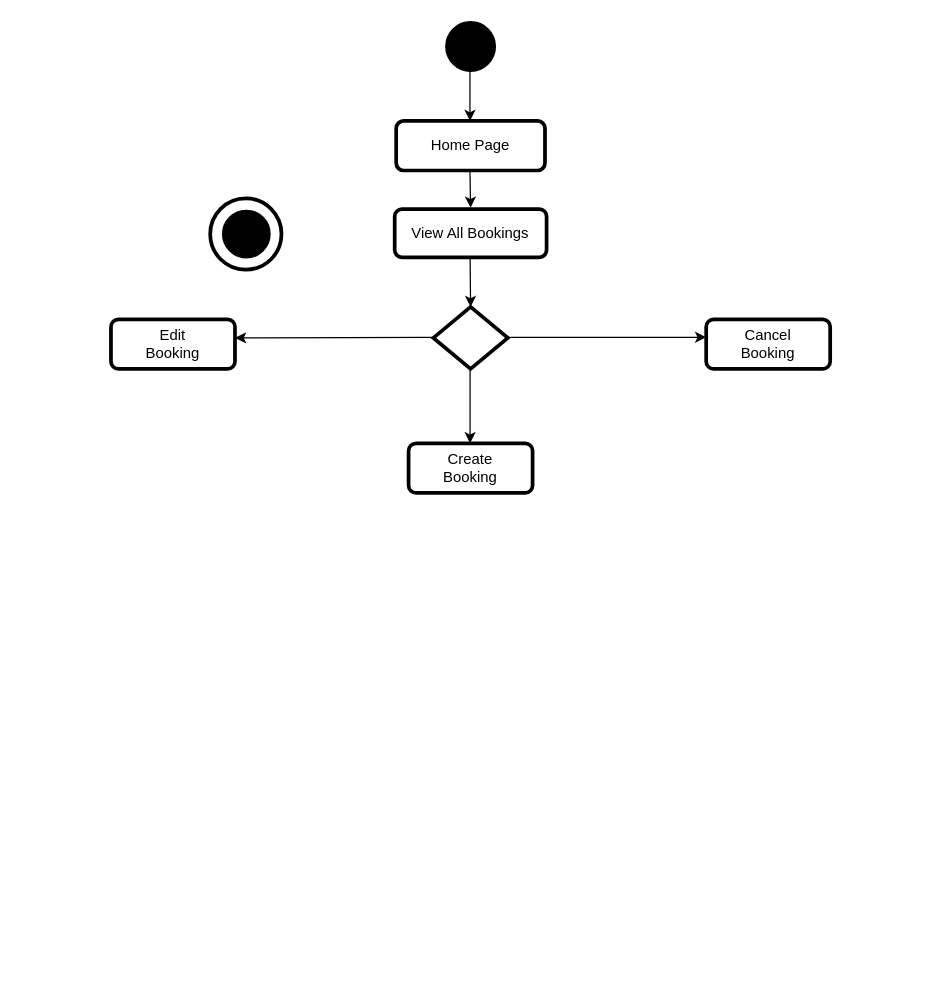
Above: activity_diagram.drawio in sagesaintsalem/ccfirstproject (draw.io), before the change. Source tidied: cells renumbered, new cells numbered last; positions are measured from the earlier drawing's top-left corner, leaving out a move shared by most shapes. Both pictures are drawn from the tidied source at 124%, with x=0, y=0 at pixel (110, 21).
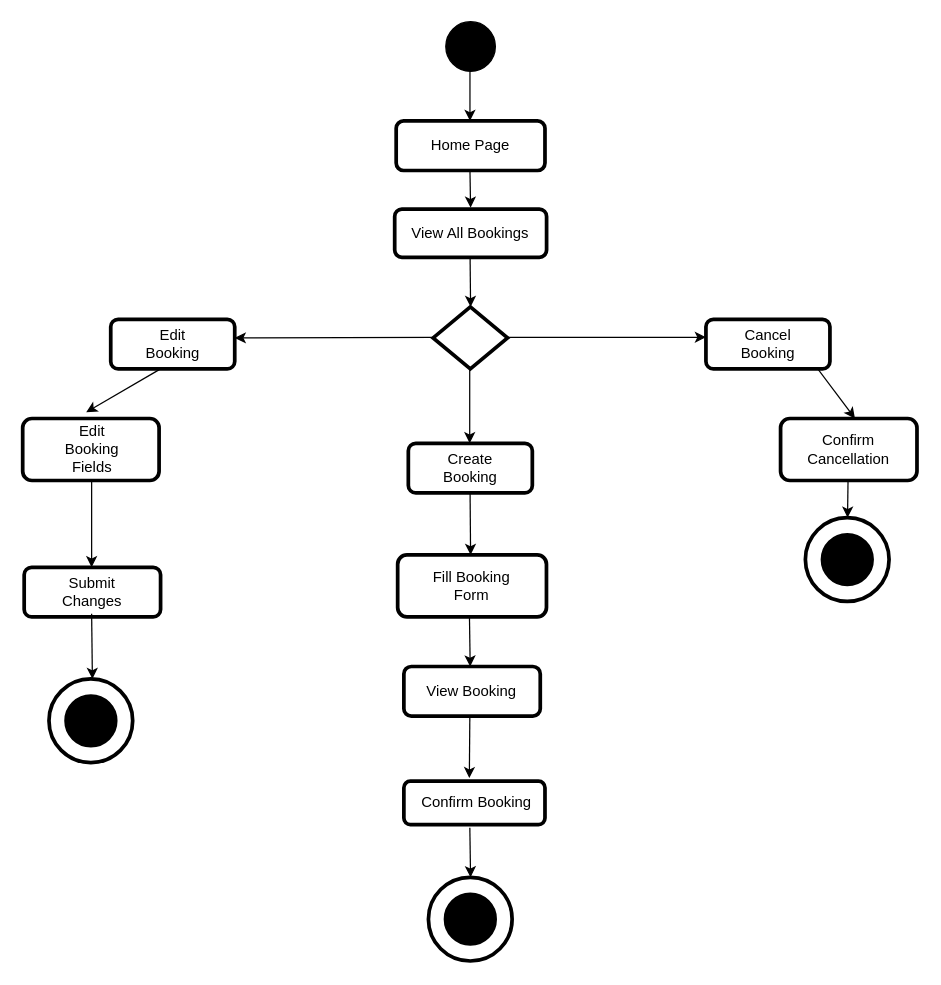
The same page after the edit.

What changed in the source:
```diff
@@
-    <mxCell id="3" style="group;" parent="1" vertex="1">
-      <mxGeometry x="80" y="142.5" width="60" height="57.5" as="geometry" />
-    </mxCell>
-    <mxCell id="4" style="ellipse;whiteSpace=wrap;html=1;fillColor=#000000;" parent="3" vertex="1">
-      <mxGeometry x="10" y="9.6" width="38.3" height="38.3" as="geometry" />
-    </mxCell>
-    <mxCell id="5" style="ellipse;whiteSpace=wrap;html=1;fillColor=none;strokeWidth=3;" parent="3" vertex="1">
-      <mxGeometry width="57.5" height="57.5" as="geometry" />
-    </mxCell>
@@
-    <mxCell id="10" style="group;" parent="1" vertex="1">
-      <mxGeometry y="230" width="580" height="150" as="geometry" />
-    </mxCell>
+    <mxCell id="21" style="rounded=1;whiteSpace=wrap;html=1;strokeWidth=3;fillColor=none;" parent="1" vertex="1">
+      <mxGeometry x="228.8" y="151.2" width="122.5" height="38.8" as="geometry" />
+    </mxCell>
+    <mxCell id="22" value="View All Bookings" style="text;html=1;strokeColor=none;fillColor=none;align=center;verticalAlign=middle;whiteSpace=wrap;rounded=0;strokeWidth=3;" parent="1" vertex="1">
+      <mxGeometry x="240" y="156.2" width="100" height="30" as="geometry" />
+    </mxCell>
+    <mxCell id="23" style="endArrow=classic;html=1;rounded=0;" parent="1" edge="1">
+      <mxGeometry relative="1" as="geometry">
+        <mxPoint x="289.6" y="190" as="sourcePoint" />
+        <mxPoint x="290" y="230" as="targetPoint" />
+      </mxGeometry>
+    </mxCell>
+    <mxCell id="24" style="rounded=1;whiteSpace=wrap;html=1;strokeWidth=3;fillColor=none;" parent="1" vertex="1">
+      <mxGeometry x="-71.2" y="320" width="110" height="50" as="geometry" />
+    </mxCell>
+    <mxCell id="25" style="rounded=1;whiteSpace=wrap;html=1;strokeWidth=3;fillColor=none;" parent="1" vertex="1">
+      <mxGeometry x="540" y="320" width="110" height="50" as="geometry" />
+    </mxCell>
+    <mxCell id="26" style="rounded=1;whiteSpace=wrap;html=1;strokeWidth=3;fillColor=none;" parent="1" vertex="1">
+      <mxGeometry x="231.2" y="430" width="120" height="50" as="geometry" />
+    </mxCell>
+    <mxCell id="27" value="Edit Booking Fields" style="text;html=1;strokeColor=none;fillColor=none;align=center;verticalAlign=middle;whiteSpace=wrap;rounded=0;strokeWidth=3;" parent="1" vertex="1">
+      <mxGeometry x="-45" y="320" width="60" height="50" as="geometry" />
+    </mxCell>
+    <mxCell id="28" value="Confirm Cancellation" style="text;html=1;strokeColor=none;fillColor=none;align=center;verticalAlign=middle;whiteSpace=wrap;rounded=0;strokeWidth=3;" parent="1" vertex="1">
+      <mxGeometry x="560" y="320" width="70" height="50" as="geometry" />
+    </mxCell>
+    <mxCell id="29" value="Fill Booking Form" style="text;html=1;strokeColor=none;fillColor=none;align=center;verticalAlign=middle;whiteSpace=wrap;rounded=0;strokeWidth=3;" parent="1" vertex="1">
+      <mxGeometry x="251.2" y="432.5" width="80" height="45" as="geometry" />
+    </mxCell>
+    <mxCell id="30" style="rounded=1;whiteSpace=wrap;html=1;strokeWidth=3;fillColor=none;" parent="1" vertex="1">
+      <mxGeometry x="-70" y="440" width="110" height="40" as="geometry" />
+    </mxCell>
+    <mxCell id="31" style="rounded=1;whiteSpace=wrap;html=1;strokeWidth=3;fillColor=none;" parent="1" vertex="1">
+      <mxGeometry x="236.2" y="520" width="110" height="40" as="geometry" />
+    </mxCell>
+    <mxCell id="32" style="group;" parent="1" vertex="1">
+      <mxGeometry x="560" y="400" width="67.5" height="67.5" as="geometry" />
+    </mxCell>
+    <mxCell id="33" style="ellipse;whiteSpace=wrap;html=1;strokeWidth=3;fillColor=#000000;" parent="32" vertex="1">
+      <mxGeometry x="13.8" y="13.8" width="40" height="40" as="geometry" />
+    </mxCell>
+    <mxCell id="34" style="ellipse;whiteSpace=wrap;html=1;strokeWidth=3;fillColor=none;" parent="32" vertex="1">
+      <mxGeometry width="67.5" height="67.5" as="geometry" />
+    </mxCell>
+    <mxCell id="35" style="group;" parent="1" vertex="1">
+      <mxGeometry x="-50" y="530" width="67.5" height="67.5" as="geometry" />
+    </mxCell>
+    <mxCell id="36" style="ellipse;whiteSpace=wrap;html=1;strokeWidth=3;fillColor=#000000;" parent="35" vertex="1">
+      <mxGeometry x="13.8" y="13.8" width="40" height="40" as="geometry" />
+    </mxCell>
+    <mxCell id="37" style="ellipse;whiteSpace=wrap;html=1;strokeWidth=3;fillColor=none;" parent="35" vertex="1">
+      <mxGeometry width="67.5" height="67.5" as="geometry" />
+    </mxCell>
+    <mxCell id="38" style="group;" parent="1" vertex="1">
+      <mxGeometry x="256" y="690" width="67.5" height="67.5" as="geometry" />
+    </mxCell>
+    <mxCell id="39" style="ellipse;whiteSpace=wrap;html=1;strokeWidth=3;fillColor=#000000;" parent="38" vertex="1">
+      <mxGeometry x="13.8" y="13.8" width="40" height="40" as="geometry" />
+    </mxCell>
+    <mxCell id="40" style="ellipse;whiteSpace=wrap;html=1;strokeWidth=3;fillColor=none;" parent="38" vertex="1">
+      <mxGeometry width="67.5" height="67.5" as="geometry" />
+    </mxCell>
+    <mxCell id="41" style="endArrow=classic;html=1;rounded=0;" parent="38" edge="1">
+      <mxGeometry relative="1" as="geometry">
+        <mxPoint x="33.4" y="-40" as="sourcePoint" />
+        <mxPoint x="34" as="targetPoint" />
+      </mxGeometry>
+    </mxCell>
+    <mxCell id="42" value="Submit Changes" style="text;html=1;strokeColor=none;fillColor=none;align=center;verticalAlign=middle;whiteSpace=wrap;rounded=0;strokeWidth=3;" parent="1" vertex="1">
+      <mxGeometry x="-50" y="445" width="70" height="30" as="geometry" />
+    </mxCell>
+    <mxCell id="43" value="View Booking" style="text;html=1;strokeColor=none;fillColor=none;align=center;verticalAlign=middle;whiteSpace=wrap;rounded=0;strokeWidth=3;" parent="1" vertex="1">
+      <mxGeometry x="241.2" y="525" width="100" height="30" as="geometry" />
+    </mxCell>
+    <mxCell id="44" value="Confirm Booking" style="text;html=1;strokeColor=none;fillColor=none;align=center;verticalAlign=middle;whiteSpace=wrap;rounded=0;strokeWidth=3;" parent="1" vertex="1">
+      <mxGeometry x="245" y="615" width="100" height="30" as="geometry" />
+    </mxCell>
+    <mxCell id="45" style="rounded=1;whiteSpace=wrap;html=1;strokeWidth=3;fillColor=none;" parent="1" vertex="1">
+      <mxGeometry x="236.2" y="612.5" width="113.8" height="35" as="geometry" />
+    </mxCell>
+    <mxCell id="46" style="endArrow=classic;html=1;rounded=0;" parent="1" edge="1">
+      <mxGeometry relative="1" as="geometry">
+        <mxPoint x="-15.6" y="370" as="sourcePoint" />
+        <mxPoint x="-15.6" y="440" as="targetPoint" />
+      </mxGeometry>
+    </mxCell>
+    <mxCell id="47" style="endArrow=classic;html=1;rounded=0;" parent="1" edge="1">
+      <mxGeometry relative="1" as="geometry">
+        <mxPoint x="289.6" y="380" as="sourcePoint" />
+        <mxPoint x="290" y="430" as="targetPoint" />
+      </mxGeometry>
+    </mxCell>
+    <mxCell id="48" style="endArrow=classic;html=1;rounded=0;" parent="1" edge="1">
+      <mxGeometry relative="1" as="geometry">
+        <mxPoint x="570" y="280" as="sourcePoint" />
+        <mxPoint x="600" y="320" as="targetPoint" />
+      </mxGeometry>
+    </mxCell>
+    <mxCell id="49" style="endArrow=classic;html=1;rounded=0;" parent="1" edge="1">
+      <mxGeometry relative="1" as="geometry">
+        <mxPoint x="594.4" y="370" as="sourcePoint" />
+        <mxPoint x="594" y="400" as="targetPoint" />
+      </mxGeometry>
+    </mxCell>
+    <mxCell id="50" style="endArrow=classic;html=1;rounded=0;" parent="1" edge="1">
+      <mxGeometry relative="1" as="geometry">
+        <mxPoint x="289.1" y="480" as="sourcePoint" />
+        <mxPoint x="289.7" y="520" as="targetPoint" />
+      </mxGeometry>
+    </mxCell>
+    <mxCell id="51" style="endArrow=classic;html=1;rounded=0;" parent="1" edge="1">
+      <mxGeometry relative="1" as="geometry">
+        <mxPoint x="289.4" y="560" as="sourcePoint" />
+        <mxPoint x="289" y="610" as="targetPoint" />
+      </mxGeometry>
+    </mxCell>
-    <mxCell id="11" style="rhombus;whiteSpace=wrap;html=1;strokeWidth=3;fillColor=none;" parent="10" vertex="1">
-      <mxGeometry x="260" width="60" height="50" as="geometry" />
+    <mxCell id="11" style="rhombus;whiteSpace=wrap;html=1;strokeWidth=3;fillColor=none;" parent="1" vertex="1">
+      <mxGeometry x="259.8" y="230" width="60" height="50" as="geometry" />
     </mxCell>
-    <mxCell id="12" style="endArrow=classic;html=1;rounded=0;" parent="10" edge="1">
+    <mxCell id="12" style="endArrow=classic;html=1;rounded=0;" parent="1" edge="1">
       <mxGeometry relative="1" as="geometry">
-        <mxPoint x="260" y="24.5" as="sourcePoint" />
-        <mxPoint x="100" y="25" as="targetPoint" />
+        <mxPoint x="259.8" y="254.5" as="sourcePoint" />
+        <mxPoint x="99.8" y="255" as="targetPoint" />
       </mxGeometry>
     </mxCell>
-    <mxCell id="13" style="endArrow=classic;html=1;rounded=0;" parent="10" edge="1">
+    <mxCell id="13" style="endArrow=classic;html=1;rounded=0;" parent="1" edge="1">
       <mxGeometry relative="1" as="geometry">
-        <mxPoint x="320" y="24.5" as="sourcePoint" />
-        <mxPoint x="480" y="24.5" as="targetPoint" />
+        <mxPoint x="319.8" y="254.5" as="sourcePoint" />
+        <mxPoint x="479.8" y="254.5" as="targetPoint" />
       </mxGeometry>
     </mxCell>
-    <mxCell id="14" style="rounded=1;whiteSpace=wrap;html=1;strokeWidth=3;fillColor=none;" parent="10" vertex="1">
-      <mxGeometry y="10" width="100" height="40" as="geometry" />
+    <mxCell id="14" style="rounded=1;whiteSpace=wrap;html=1;strokeWidth=3;fillColor=none;" parent="1" vertex="1">
+      <mxGeometry x="-0.2" y="240" width="100" height="40" as="geometry" />
     </mxCell>
-    <mxCell id="15" value="Edit Booking" style="text;html=1;strokeColor=none;fillColor=none;align=center;verticalAlign=middle;whiteSpace=wrap;rounded=0;strokeWidth=3;" parent="10" vertex="1">
-      <mxGeometry x="20" y="15" width="60" height="30" as="geometry" />
+    <mxCell id="15" value="Edit Booking" style="text;html=1;strokeColor=none;fillColor=none;align=center;verticalAlign=middle;whiteSpace=wrap;rounded=0;strokeWidth=3;" parent="1" vertex="1">
+      <mxGeometry x="19.8" y="245" width="60" height="30" as="geometry" />
     </mxCell>
-    <mxCell id="16" style="rounded=1;whiteSpace=wrap;html=1;strokeWidth=3;fillColor=none;" parent="10" vertex="1">
-      <mxGeometry x="480" y="10" width="100" height="40" as="geometry" />
+    <mxCell id="16" style="rounded=1;whiteSpace=wrap;html=1;strokeWidth=3;fillColor=none;" parent="1" vertex="1">
+      <mxGeometry x="479.8" y="240" width="100" height="40" as="geometry" />
     </mxCell>
-    <mxCell id="17" style="rounded=1;whiteSpace=wrap;html=1;strokeWidth=3;fillColor=none;" parent="10" vertex="1">
-      <mxGeometry x="240" y="110" width="100" height="40" as="geometry" />
+    <mxCell id="17" style="rounded=1;whiteSpace=wrap;html=1;strokeWidth=3;fillColor=none;" parent="1" vertex="1">
+      <mxGeometry x="239.8" y="340" width="100" height="40" as="geometry" />
     </mxCell>
-    <mxCell id="18" value="Create Booking" style="text;html=1;strokeColor=none;fillColor=none;align=center;verticalAlign=middle;whiteSpace=wrap;rounded=0;strokeWidth=3;" parent="10" vertex="1">
-      <mxGeometry x="260" y="115" width="60" height="30" as="geometry" />
+    <mxCell id="18" value="Create Booking" style="text;html=1;strokeColor=none;fillColor=none;align=center;verticalAlign=middle;whiteSpace=wrap;rounded=0;strokeWidth=3;" parent="1" vertex="1">
+      <mxGeometry x="259.8" y="345" width="60" height="30" as="geometry" />
     </mxCell>
-    <mxCell id="19" value="Cancel Booking" style="text;html=1;strokeColor=none;fillColor=none;align=center;verticalAlign=middle;whiteSpace=wrap;rounded=0;strokeWidth=3;" parent="10" vertex="1">
-      <mxGeometry x="505" y="20" width="50" height="20" as="geometry" />
+    <mxCell id="19" value="Cancel Booking" style="text;html=1;strokeColor=none;fillColor=none;align=center;verticalAlign=middle;whiteSpace=wrap;rounded=0;strokeWidth=3;" parent="1" vertex="1">
+      <mxGeometry x="504.8" y="250" width="50" height="20" as="geometry" />
     </mxCell>
-    <mxCell id="20" style="endArrow=classic;html=1;rounded=0;" parent="10" edge="1">
+    <mxCell id="20" style="endArrow=classic;html=1;rounded=0;" parent="1" edge="1">
       <mxGeometry relative="1" as="geometry">
-        <mxPoint x="289.6" y="50" as="sourcePoint" />
-        <mxPoint x="289.6" y="110" as="targetPoint" />
+        <mxPoint x="289.3" y="280" as="sourcePoint" />
+        <mxPoint x="289.3" y="340" as="targetPoint" />
       </mxGeometry>
     </mxCell>
-    <mxCell id="21" style="rounded=1;whiteSpace=wrap;html=1;strokeWidth=3;fillColor=none;" parent="1" vertex="1">
-      <mxGeometry x="228.8" y="151.2" width="122.5" height="38.8" as="geometry" />
-    </mxCell>
-    <mxCell id="22" value="View All Bookings" style="text;html=1;strokeColor=none;fillColor=none;align=center;verticalAlign=middle;whiteSpace=wrap;rounded=0;strokeWidth=3;" parent="1" vertex="1">
-      <mxGeometry x="240" y="156.2" width="100" height="30" as="geometry" />
-    </mxCell>
-    <mxCell id="23" style="endArrow=classic;html=1;rounded=0;" parent="1" edge="1">
-      <mxGeometry relative="1" as="geometry">
-        <mxPoint x="289.6" y="190" as="sourcePoint" />
-        <mxPoint x="290" y="230" as="targetPoint" />
-      </mxGeometry>
-    </mxCell>
+    <mxCell id="52" style="endArrow=classic;html=1;rounded=0;" parent="1" edge="1">
+      <mxGeometry relative="1" as="geometry">
+        <mxPoint x="40" y="280" as="sourcePoint" />
+        <mxPoint x="-20" y="315" as="targetPoint" />
+      </mxGeometry>
+    </mxCell>
+    <mxCell id="53" style="endArrow=classic;html=1;rounded=0;" parent="1" edge="1">
+      <mxGeometry relative="1" as="geometry">
+        <mxPoint x="-15.6" y="477.5" as="sourcePoint" />
+        <mxPoint x="-15" y="530" as="targetPoint" />
+      </mxGeometry>
+    </mxCell>
```
